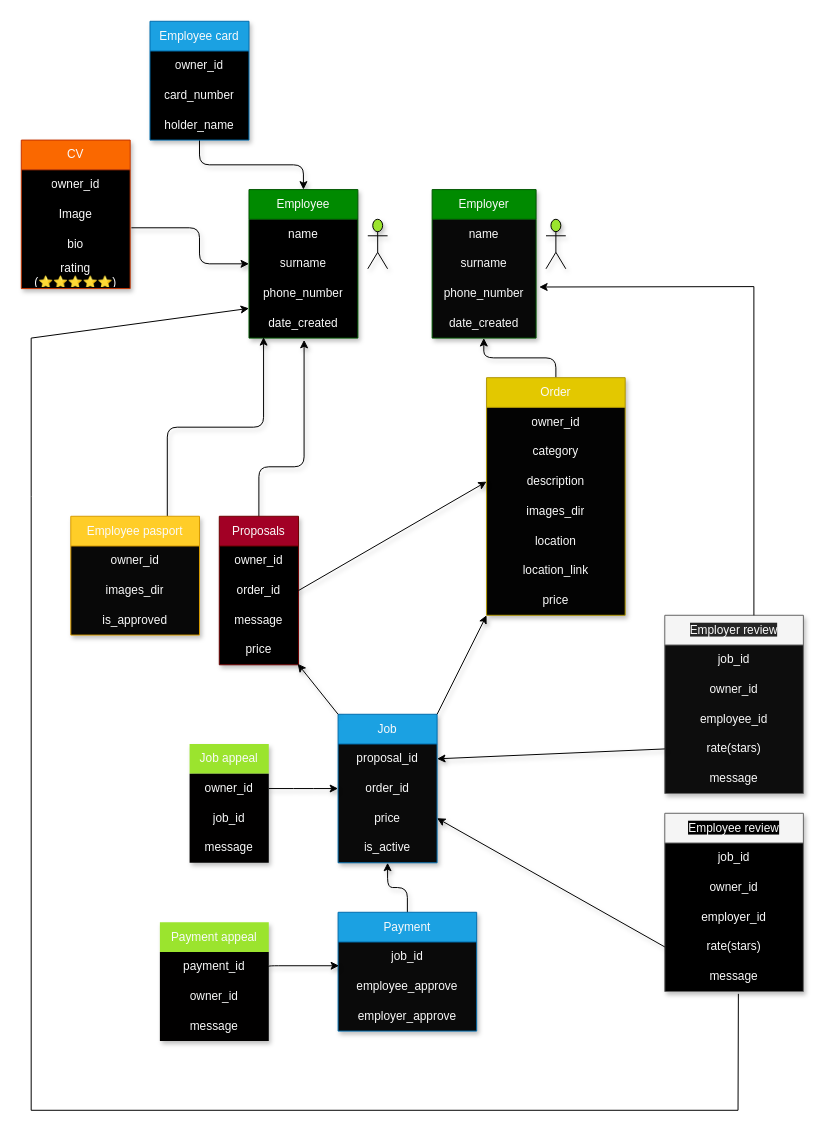
Before: drawio/draw.drawio in Labbay-Hizmatizda/main-project, a draw.io diagram. Source tidied: cells renumbered, new cells numbered last; positions are measured from the earlier drawing's top-left corner, leaving out a move shared by most shapes. Both pictures are drawn from the tidied source at 99%, with x=0, y=0 at pixel (21, 21).
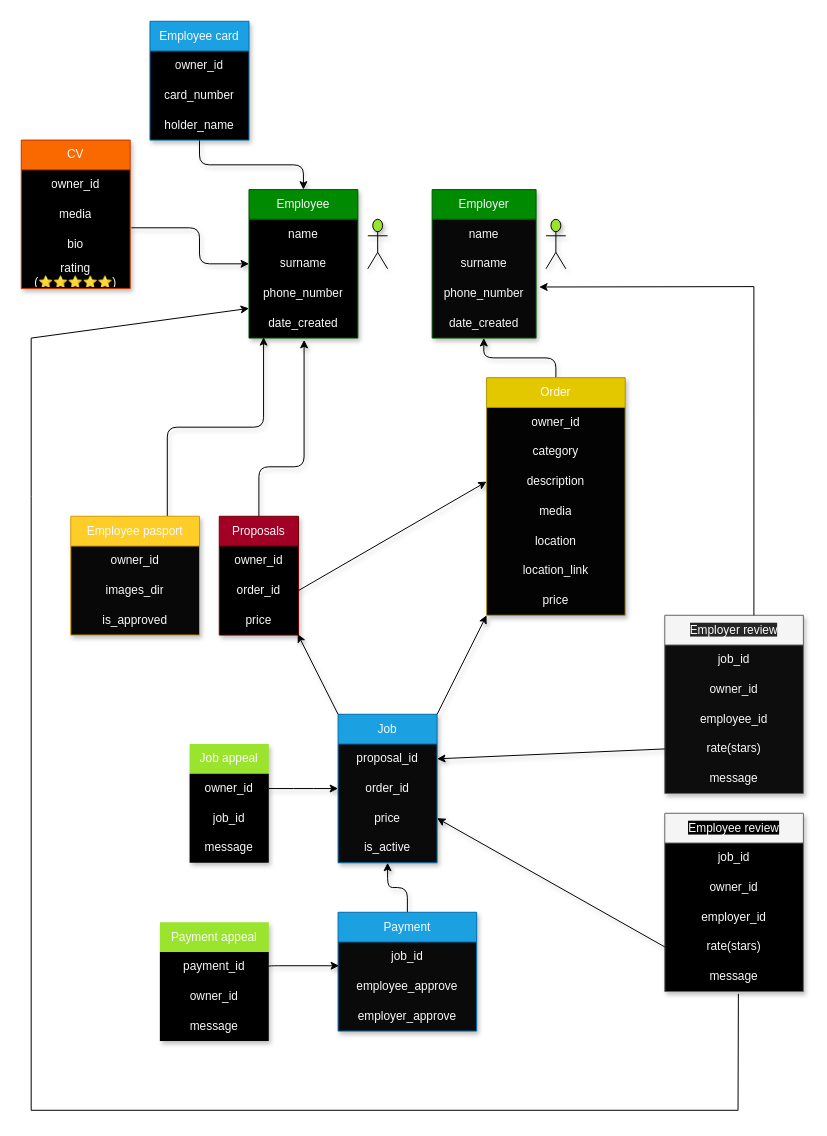
The same diagram, later.

Commit message:
draw io some modifying

Unchanged cells that the change refers to:
```xml
<mxCell id="24" value="Order" style="swimlane;fontStyle=0;horizontal=1;startSize=30;whiteSpace=wrap;html=1;fillColor=#e3c800;fontColor=#fafafa;strokeColor=#B09500;swimlaneFillColor=#030303;align=center;labelBackgroundColor=none;shadow=1;" parent="1" vertex="1">
  <mxGeometry x="470" y="360" width="140" height="240" as="geometry" />
</mxCell>
<mxCell id="55" value="CV" style="swimlane;fontStyle=0;horizontal=1;startSize=30;whiteSpace=wrap;html=1;fillStyle=auto;fontColor=#fafafa;fillColor=#fa6800;strokeColor=#C73500;swimlaneFillColor=#000000;align=center;labelBackgroundColor=none;shadow=1;" parent="1" vertex="1">
  <mxGeometry y="120" width="110" height="150" as="geometry" />
</mxCell>
```

What changed in the source:
```diff
@@
     <mxCell id="18" value="Proposals" style="swimlane;fontStyle=0;horizontal=1;startSize=30;whiteSpace=wrap;html=1;fillColor=#a20025;fontColor=#fafafa;strokeColor=#6F0000;swimlaneFillColor=#000000;align=center;labelBackgroundColor=none;shadow=1;" parent="1" vertex="1">
-      <mxGeometry x="200" y="500" width="80" height="150" as="geometry" />
+      <mxGeometry x="200" y="500" width="80" height="120" as="geometry" />
     </mxCell>
@@
-    <mxCell id="21" value="message" style="text;strokeColor=none;fillColor=none;align=center;verticalAlign=middle;spacingLeft=4;spacingRight=4;overflow=hidden;whiteSpace=wrap;html=1;labelBackgroundColor=none;fontColor=#fafafa;shadow=1;" parent="18" vertex="1">
-      <mxGeometry y="90" width="80" height="30" as="geometry" />
-    </mxCell>
     <mxCell id="22" value="price" style="text;strokeColor=none;fillColor=none;align=center;verticalAlign=middle;spacingLeft=4;spacingRight=4;overflow=hidden;points=[[0,0.5],[1,0.5]];portConstraint=eastwest;whiteSpace=wrap;html=1;labelBackgroundColor=none;fontColor=#fafafa;shadow=1;" parent="18" vertex="1">
-      <mxGeometry y="120" width="80" height="30" as="geometry" />
+      <mxGeometry y="90" width="80" height="30" as="geometry" />
     </mxCell>
@@
-    <mxCell id="28" value="images_dir" style="text;strokeColor=none;fillColor=none;align=center;verticalAlign=middle;spacingLeft=4;spacingRight=4;overflow=hidden;whiteSpace=wrap;html=1;labelBackgroundColor=none;fontColor=#fafafa;shadow=1;" parent="24" vertex="1">
+    <mxCell id="28" value="media" style="text;strokeColor=none;fillColor=none;align=center;verticalAlign=middle;spacingLeft=4;spacingRight=4;overflow=hidden;whiteSpace=wrap;html=1;labelBackgroundColor=none;fontColor=#fafafa;shadow=1;" parent="24" vertex="1">
       <mxGeometry y="120" width="140" height="30" as="geometry" />
     </mxCell>
@@
-    <mxCell id="57" value="Image" style="text;strokeColor=none;fillColor=none;align=center;verticalAlign=middle;spacingLeft=4;spacingRight=4;overflow=hidden;points=[[0,0.5],[1,0.5]];portConstraint=eastwest;whiteSpace=wrap;html=1;fillStyle=cross-hatch;fontColor=#fafafa;labelBackgroundColor=none;shadow=1;" parent="55" vertex="1">
+    <mxCell id="57" value="media" style="text;strokeColor=none;fillColor=none;align=center;verticalAlign=middle;spacingLeft=4;spacingRight=4;overflow=hidden;points=[[0,0.5],[1,0.5]];portConstraint=eastwest;whiteSpace=wrap;html=1;fillStyle=cross-hatch;fontColor=#fafafa;labelBackgroundColor=none;shadow=1;" parent="55" vertex="1">
       <mxGeometry y="60" width="110" height="30" as="geometry" />
     </mxCell>
```
